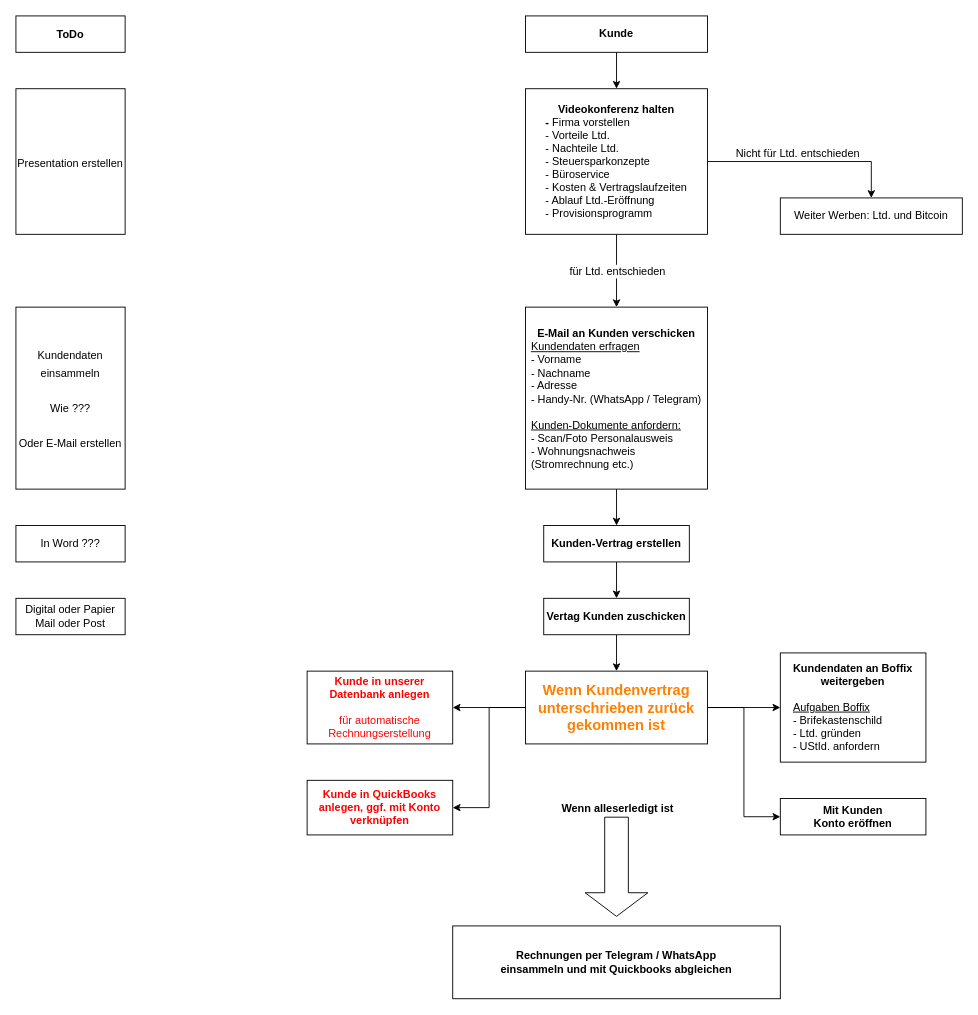
Above: Limited.drawio in schlippi-git/diagrams (draw.io), before the change. Source tidied: cells renumbered, new cells numbered last; positions are measured from the earlier drawing's top-left corner, leaving out a move shared by most shapes. Both pictures are drawn from the tidied source at 91%, with x=0, y=0 at pixel (15, 15).
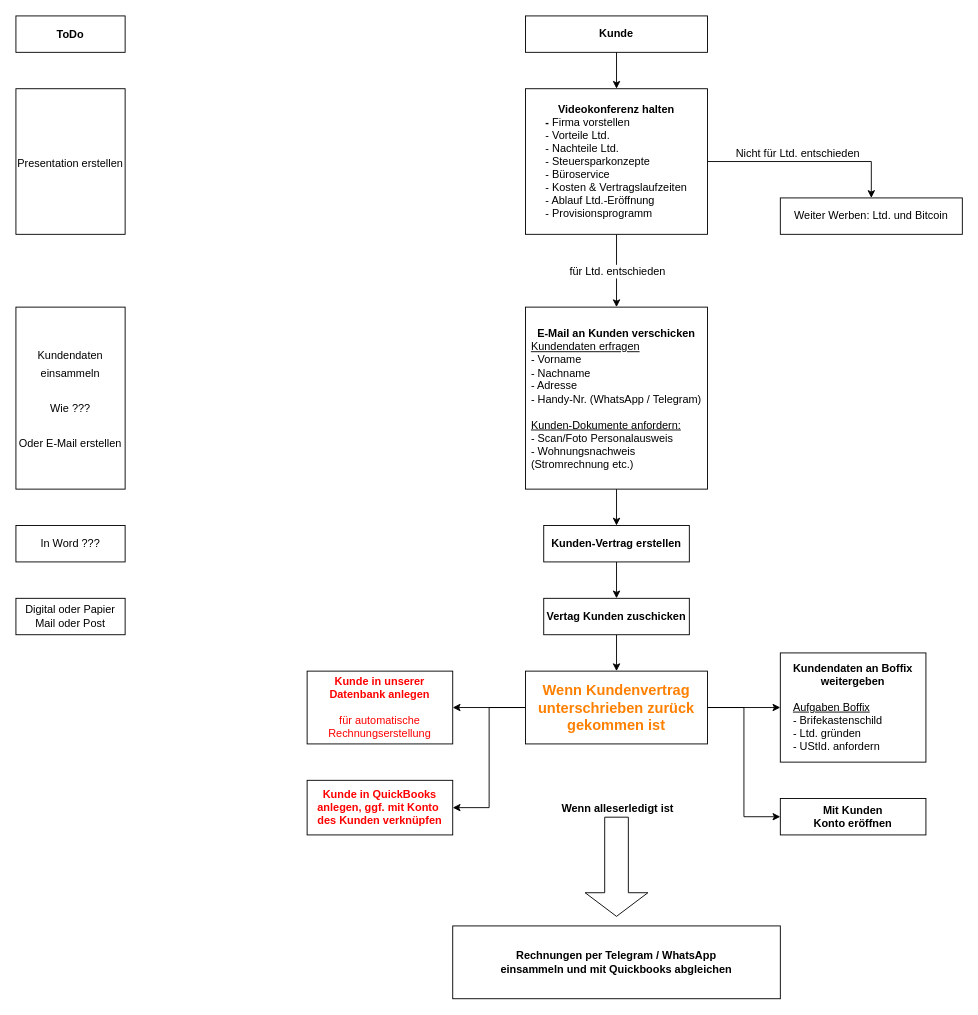
The same diagram, later.

Change to the diagram source:
```diff
@@
-    <mxCell id="17" value="&lt;b&gt;Kunde in QuickBooks anlegen, ggf. mit Konto verknüpfen&lt;/b&gt;" style="rounded=0;whiteSpace=wrap;html=1;fontSize=12;fontColor=#FF0000;" parent="1" vertex="1">
+    <mxCell id="17" value="&lt;b&gt;Kunde in QuickBooks anlegen, ggf. mit Konto&amp;nbsp; des Kunden verknüpfen&lt;/b&gt;" style="rounded=0;whiteSpace=wrap;html=1;fontSize=12;fontColor=#FF0000;" parent="1" vertex="1">
       <mxGeometry x="320" y="840" width="160" height="60" as="geometry" />
     </mxCell>
```
